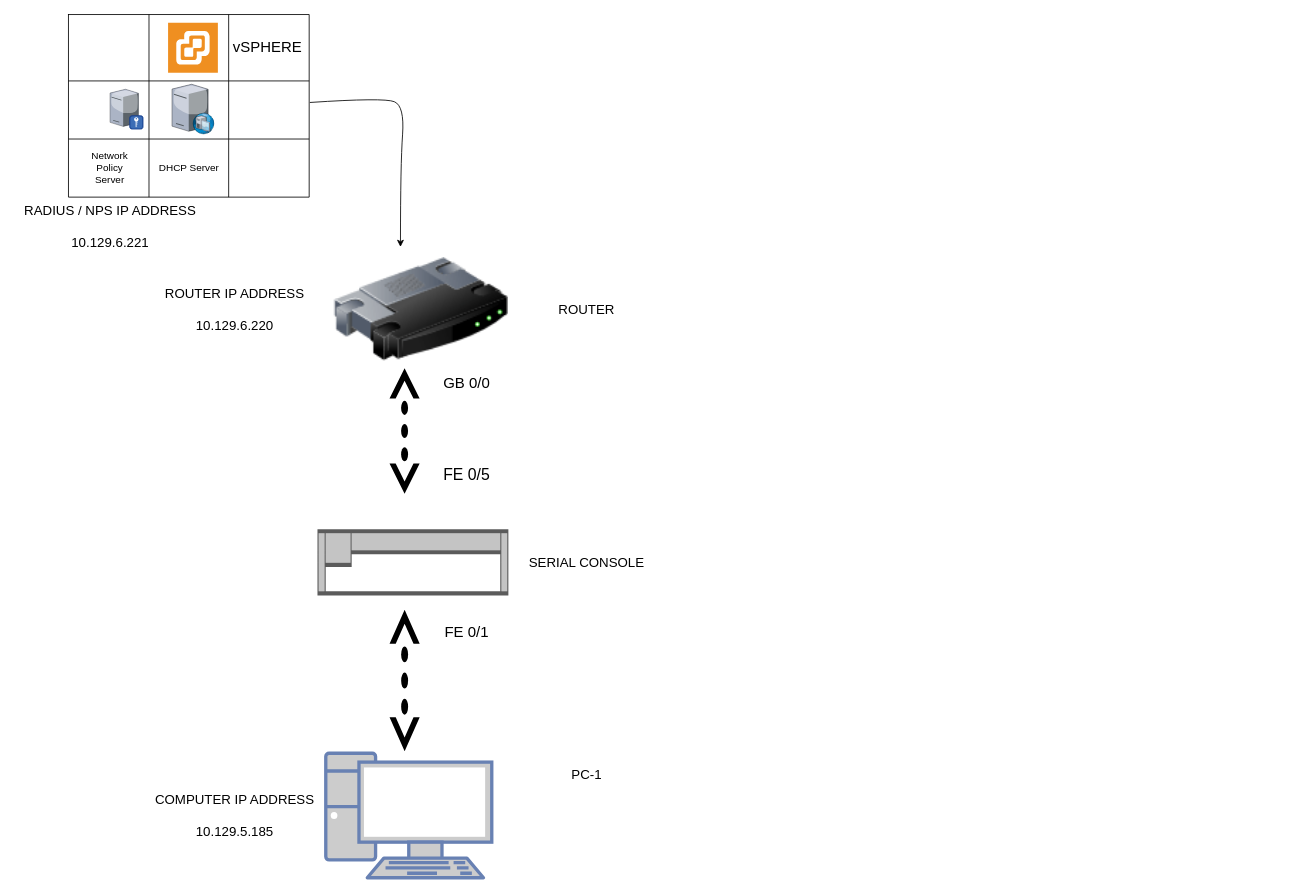
ethanconbolt01/main keeps this draw.io diagram as Documenting Enterprise Network.drawio. Above is the earlier version. Source tidied: cells renumbered, new cells numbered last; positions are measured from the earlier drawing's top-left corner, leaving out a move shared by most shapes. Both pictures are drawn from the tidied source at 83%, with x=0, y=0 at pixel (14, 14).
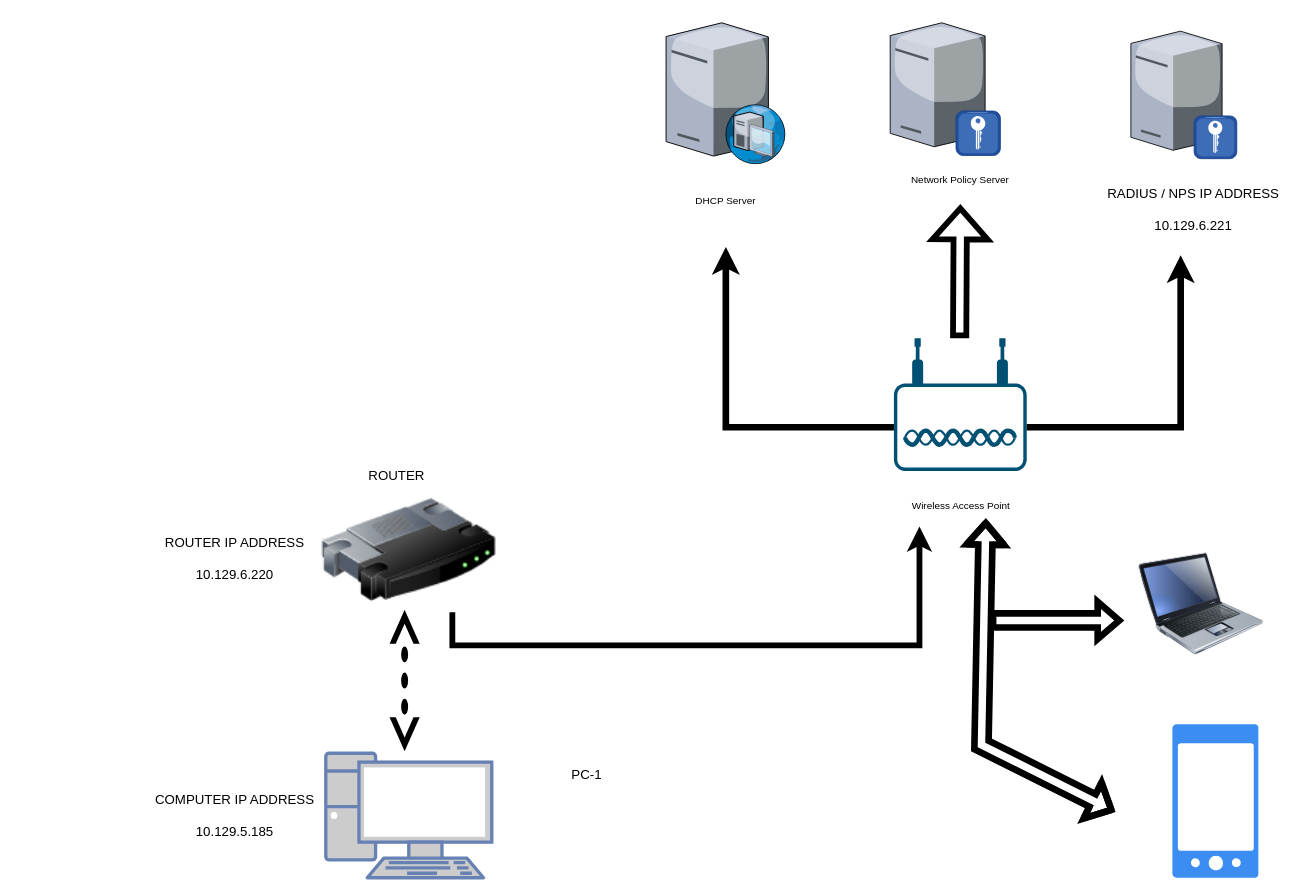
The same page after the edit.

The edit, as a diff of the source:
```diff
@@
     <mxCell id="2" style="image;html=1;image=img/lib/clip_art/networking/Router_128x128.png;" parent="1" vertex="1">
-      <mxGeometry x="385" y="280" width="210" height="150" as="geometry" />
+      <mxGeometry x="370" y="570" width="210" height="150" as="geometry" />
     </mxCell>
@@
-    <mxCell id="5" style="shape=mxgraph.signs.tech.ethernet;html=1;fillColor=#000000;strokeColor=none;verticalLabelPosition=bottom;verticalAlign=top;align=center;rotation=90;" parent="1" vertex="1">
-      <mxGeometry x="394.4" y="483.7" width="151.1" height="36.3" as="geometry" />
-    </mxCell>
-    <mxCell id="6" value="&lt;font style=&quot;font-size: 18px;&quot;&gt;FE 0/1&lt;/font&gt;" style="text;html=1;align=center;verticalAlign=middle;whiteSpace=wrap;rounded=0;" parent="1" vertex="1">
-      <mxGeometry x="515" y="730" width="60" height="30" as="geometry" />
-    </mxCell>
-    <mxCell id="7" value="&lt;font style=&quot;font-size: 18px;&quot;&gt;GB 0/0&lt;/font&gt;" style="text;html=1;align=center;verticalAlign=middle;whiteSpace=wrap;rounded=0;" parent="1" vertex="1">
-      <mxGeometry x="495" y="410" width="100" height="70" as="geometry" />
-    </mxCell>
-    <mxCell id="8" value="&lt;font style=&quot;font-size: 19px;&quot;&gt;FE 0/5&lt;br&gt;&lt;/font&gt;" style="text;html=1;align=center;verticalAlign=middle;whiteSpace=wrap;rounded=0;" parent="1" vertex="1">
-      <mxGeometry x="515" y="540" width="60" height="30" as="geometry" />
-    </mxCell>
     <mxCell id="9" style="verticalLabelPosition=bottom;sketch=0;html=1;verticalAlign=top;strokeColor=none;align=center;shape=mxgraph.citrix.radius_server;" parent="1" vertex="1">
-      <mxGeometry x="115" y="90" width="39.8" height="48" as="geometry" />
+      <mxGeometry x="1345" y="20" width="127.6" height="153.8" as="geometry" />
     </mxCell>
-    <mxCell id="10" style="shadow=0;dashed=0;html=1;strokeColor=none;fillColor=#EF8F21;labelPosition=center;verticalLabelPosition=bottom;verticalAlign=top;align=center;shape=mxgraph.veeam.vsphere;" parent="1" vertex="1">
-      <mxGeometry x="185" y="10" width="60" height="60" as="geometry" />
-    </mxCell>
-    <mxCell id="11" style="shape=table;startSize=0;childLayout=tableLayout;fontSize=16;fillColor=none;" parent="1" vertex="1">
-      <mxGeometry x="65" width="290" height="220" as="geometry" />
-    </mxCell>
-    <mxCell id="12" style="shape=tableRow;horizontal=0;startSize=0;swimlaneHead=0;swimlaneBody=0;strokeColor=inherit;top=0;left=0;bottom=0;right=0;fillColor=none;fontSize=16;" parent="11" vertex="1">
-      <mxGeometry width="290" height="80" as="geometry" />
-    </mxCell>
-    <mxCell id="13" style="shape=partialRectangle;html=1;whiteSpace=wrap;strokeColor=inherit;overflow=hidden;fillColor=none;top=0;left=0;bottom=0;right=0;fontSize=16;" parent="12" vertex="1">
-      <mxGeometry width="97" height="80" as="geometry" />
-    </mxCell>
-    <mxCell id="14" style="shape=partialRectangle;html=1;whiteSpace=wrap;strokeColor=inherit;overflow=hidden;fillColor=none;top=0;left=0;bottom=0;right=0;fontSize=16;" parent="12" vertex="1">
-      <mxGeometry x="97" width="96" height="80" as="geometry" />
-    </mxCell>
-    <mxCell id="15" style="shape=partialRectangle;html=1;whiteSpace=wrap;strokeColor=inherit;overflow=hidden;fillColor=none;top=0;left=0;bottom=0;right=0;fontSize=16;" parent="12" vertex="1">
-      <mxGeometry x="193" width="97" height="80" as="geometry" />
-    </mxCell>
-    <mxCell id="16" style="shape=tableRow;horizontal=0;startSize=0;swimlaneHead=0;swimlaneBody=0;strokeColor=inherit;top=0;left=0;bottom=0;right=0;fillColor=none;points=[[0,0.5],[1,0.5]];portConstraint=eastwest;fontSize=16;" parent="11" vertex="1">
-      <mxGeometry y="80" width="290" height="70" as="geometry" />
-    </mxCell>
-    <mxCell id="17" style="shape=partialRectangle;html=1;whiteSpace=wrap;strokeColor=inherit;overflow=hidden;fillColor=none;top=0;left=0;bottom=0;right=0;fontSize=16;" parent="16" vertex="1">
-      <mxGeometry width="97" height="70" as="geometry" />
-    </mxCell>
-    <mxCell id="18" style="shape=partialRectangle;html=1;whiteSpace=wrap;strokeColor=inherit;overflow=hidden;fillColor=none;top=0;left=0;bottom=0;right=0;fontSize=16;" parent="16" vertex="1">
-      <mxGeometry x="97" width="96" height="70" as="geometry" />
-    </mxCell>
-    <mxCell id="19" style="shape=partialRectangle;html=1;whiteSpace=wrap;strokeColor=inherit;overflow=hidden;fillColor=none;top=0;left=0;bottom=0;right=0;fontSize=16;" parent="16" vertex="1">
-      <mxGeometry x="193" width="97" height="70" as="geometry" />
-    </mxCell>
-    <mxCell id="20" style="shape=tableRow;horizontal=0;startSize=0;swimlaneHead=0;swimlaneBody=0;strokeColor=inherit;top=0;left=0;bottom=0;right=0;fillColor=none;fontSize=16;" parent="11" vertex="1">
-      <mxGeometry y="150" width="290" height="70" as="geometry" />
-    </mxCell>
-    <mxCell id="21" style="shape=partialRectangle;html=1;whiteSpace=wrap;strokeColor=inherit;overflow=hidden;fillColor=none;top=0;left=0;bottom=0;right=0;fontSize=16;" parent="20" vertex="1">
-      <mxGeometry width="97" height="70" as="geometry" />
-    </mxCell>
-    <mxCell id="22" style="shape=partialRectangle;html=1;whiteSpace=wrap;strokeColor=inherit;overflow=hidden;fillColor=none;top=0;left=0;bottom=0;right=0;fontSize=16;" parent="20" vertex="1">
-      <mxGeometry x="97" width="96" height="70" as="geometry" />
-    </mxCell>
-    <mxCell id="23" style="shape=partialRectangle;html=1;whiteSpace=wrap;strokeColor=inherit;overflow=hidden;fillColor=none;top=0;left=0;bottom=0;right=0;fontSize=16;" parent="20" vertex="1">
-      <mxGeometry x="193" width="97" height="70" as="geometry" />
-    </mxCell>
-    <mxCell id="24" style="verticalLabelPosition=bottom;sketch=0;html=1;verticalAlign=top;strokeColor=none;align=center;shape=mxgraph.citrix.dhcp_server;" parent="1" vertex="1">
-      <mxGeometry x="189.7" y="84" width="50.7" height="60" as="geometry" />
-    </mxCell>
-    <mxCell id="25" style="curved=1;endArrow=classic;html=1;rounded=0;exitX=1.003;exitY=0.371;exitDx=0;exitDy=0;exitPerimeter=0;" parent="1" edge="1" source="16">
-      <mxGeometry relative="1" as="geometry">
-        <mxPoint x="465" y="280" as="targetPoint" />
-        <Array as="points">
-          <mxPoint x="445" y="100" />
-          <mxPoint x="470" y="110" />
-          <mxPoint x="465" y="180" />
-        </Array>
-      </mxGeometry>
-    </mxCell>
-    <mxCell id="26" value="&lt;font style=&quot;font-size: 18px;&quot;&gt;vSPHERE&lt;/font&gt;" style="text;html=1;align=center;verticalAlign=middle;whiteSpace=wrap;rounded=0;" parent="1" vertex="1">
-      <mxGeometry x="255" y="30" width="100" height="20" as="geometry" />
-    </mxCell>
     <mxCell id="27" value="Network Policy Server" style="text;html=1;align=center;verticalAlign=middle;whiteSpace=wrap;rounded=0;" parent="1" vertex="1">
-      <mxGeometry x="85" y="155" width="60" height="60" as="geometry" />
+      <mxGeometry x="1055" y="170" width="169.1" height="60" as="geometry" />
     </mxCell>
     <mxCell id="28" value="DHCP Server" style="text;html=1;align=center;verticalAlign=middle;whiteSpace=wrap;rounded=0;" parent="1" vertex="1">
-      <mxGeometry x="168.5" y="180" width="83" height="10" as="geometry" />
+      <mxGeometry x="791.8" y="190" width="130" height="70" as="geometry" />
     </mxCell>
@@
     <mxCell id="30" value="ROUTER IP ADDRESS&lt;br&gt;&lt;br&gt;10.129.6.220" style="text;html=1;align=center;verticalAlign=middle;strokeColor=none;fillColor=none;fontSize=16;" parent="1" vertex="1">
-      <mxGeometry x="170" y="320" width="190" height="70" as="geometry" />
+      <mxGeometry x="170" y="620" width="190" height="70" as="geometry" />
     </mxCell>
     <mxCell id="31" value="&lt;div&gt;&lt;span style=&quot;background-color: initial;&quot;&gt;RADIUS / NPS IP ADDRESS&lt;/span&gt;&lt;br&gt;&lt;/div&gt;&lt;br&gt;10.129.6.221" style="text;html=1;align=center;verticalAlign=middle;strokeColor=none;fillColor=none;fontSize=16;" parent="1" vertex="1">
-      <mxGeometry y="220" width="230" height="70" as="geometry" />
+      <mxGeometry x="1305" y="200" width="230" height="70" as="geometry" />
     </mxCell>
-    <mxCell id="32" style="shape=mxgraph.rack.cisco.cisco_1905_serial_integrated_services_router;html=1;labelPosition=right;align=left;spacingLeft=15;dashed=0;shadow=0;fillColor=#ffffff;" parent="1" vertex="1">
-      <mxGeometry x="365" y="620" width="230" height="80" as="geometry" />
-    </mxCell>
-    <mxCell id="33" value="SERIAL CONSOLE" style="text;html=1;align=center;verticalAlign=middle;strokeColor=none;fillColor=none;fontSize=16;" parent="1" vertex="1">
-      <mxGeometry x="609" y="645" width="160" height="30" as="geometry" />
-    </mxCell>
@@
     <mxCell id="35" value="ROUTER" style="text;html=1;align=center;verticalAlign=middle;strokeColor=none;fillColor=none;fontSize=16;" parent="1" vertex="1">
-      <mxGeometry x="644" y="340" width="90" height="30" as="geometry" />
+      <mxGeometry x="415" y="540" width="90" height="30" as="geometry" />
     </mxCell>
+    <mxCell id="36" style="verticalLabelPosition=bottom;sketch=0;html=1;verticalAlign=top;strokeColor=none;align=center;shape=mxgraph.citrix.radius_server;" parent="1" vertex="1">
+      <mxGeometry x="1055" y="10" width="132.8" height="160" as="geometry" />
+    </mxCell>
+    <mxCell id="37" style="image;html=1;image=img/lib/clip_art/computers/Laptop_128x128.png;strokeWidth=8;" parent="1" vertex="1">
+      <mxGeometry x="1355" y="640" width="150" height="140" as="geometry" />
+    </mxCell>
+    <mxCell id="38" style="sketch=0;html=1;strokeColor=none;shadow=0;fillColor=#3B8DF1;verticalAlign=top;labelPosition=center;verticalLabelPosition=bottom;shape=mxgraph.gcp2.phone_android;strokeWidth=8;" parent="1" vertex="1">
+      <mxGeometry x="1395" y="855" width="103.6" height="185" as="geometry" />
+    </mxCell>
+    <mxCell id="39" style="verticalLabelPosition=bottom;sketch=0;html=1;verticalAlign=top;strokeColor=none;align=center;shape=mxgraph.citrix.dhcp_server;" parent="1" vertex="1">
+      <mxGeometry x="785" y="10" width="143.6" height="170" as="geometry" />
+    </mxCell>
+    <mxCell id="40" style="points=[[0.03,0.36,0],[0.18,0,0],[0.5,0.34,0],[0.82,0,0],[0.97,0.36,0],[1,0.67,0],[0.975,0.975,0],[0.5,1,0],[0.025,0.975,0],[0,0.67,0]];verticalLabelPosition=bottom;sketch=0;html=1;verticalAlign=top;align=center;shape=mxgraph.cisco19.wireless_access_point;fillColor=#005073;strokeColor=none;strokeWidth=8;" parent="1" vertex="1">
+      <mxGeometry x="1059.5" y="390" width="160" height="160" as="geometry" />
+    </mxCell>
+    <mxCell id="41" value="&lt;div&gt;Wireless Access Point&lt;/div&gt;" style="text;html=1;align=center;verticalAlign=middle;points=[];strokeColor=none;fillColor=none;strokeWidth=8;" parent="1" vertex="1">
+      <mxGeometry x="1064.5" y="576.8" width="150" height="30" as="geometry" />
+    </mxCell>
+    <mxCell id="42" style="shape=flexArrow;endArrow=classic;startArrow=classic;html=1;rounded=0;startWidth=23.333333333333336;startSize=5.733333333333333;entryX=0.705;entryY=1.061;entryDx=0;entryDy=0;entryPerimeter=0;strokeWidth=8;" parent="1" edge="1" target="41">
+      <mxGeometry relative="1" as="geometry">
+        <mxPoint x="1325" y="960" as="sourcePoint" />
+        <Array as="points">
+          <mxPoint x="1165" y="880" />
+        </Array>
+      </mxGeometry>
+    </mxCell>
+    <mxCell id="43" style="shape=flexArrow;endArrow=classic;html=1;rounded=0;strokeWidth=8;" parent="1" edge="1">
+      <mxGeometry relative="1" as="geometry">
+        <mxPoint x="1175" y="730" as="sourcePoint" />
+        <mxPoint x="1335" y="730" as="targetPoint" />
+      </mxGeometry>
+    </mxCell>
+    <mxCell id="44" style="edgeStyle=segmentEdgeStyle;endArrow=classic;html=1;curved=0;rounded=0;endSize=8;startSize=8;strokeWidth=8;exitX=1;exitY=0.67;exitDx=0;exitDy=0;exitPerimeter=0;" parent="1" edge="1" source="40">
+      <mxGeometry relative="1" as="geometry">
+        <mxPoint x="1405" y="290" as="targetPoint" />
+      </mxGeometry>
+    </mxCell>
+    <mxCell id="45" style="edgeStyle=segmentEdgeStyle;endArrow=classic;html=1;curved=0;rounded=0;endSize=8;startSize=8;strokeWidth=8;exitX=0;exitY=0.67;exitDx=0;exitDy=0;exitPerimeter=0;" parent="1" edge="1" source="40">
+      <mxGeometry relative="1" as="geometry">
+        <mxPoint x="857" y="280" as="targetPoint" />
+      </mxGeometry>
+    </mxCell>
+    <mxCell id="46" style="edgeStyle=elbowEdgeStyle;elbow=vertical;endArrow=classic;html=1;curved=0;rounded=0;endSize=8;startSize=8;entryX=0.172;entryY=1.339;entryDx=0;entryDy=0;entryPerimeter=0;strokeWidth=7;exitX=0.75;exitY=1;exitDx=0;exitDy=0;" parent="1" edge="1" source="2" target="41">
+      <mxGeometry relative="1" as="geometry">
+        <Array as="points">
+          <mxPoint x="815" y="760" />
+        </Array>
+      </mxGeometry>
+    </mxCell>
+    <mxCell id="47" style="shape=flexArrow;endArrow=classic;html=1;rounded=0;endWidth=43.333333333333336;endSize=10.116666666666667;strokeWidth=7;entryX=0.5;entryY=1;entryDx=0;entryDy=0;" parent="1" edge="1" target="27">
+      <mxGeometry relative="1" as="geometry">
+        <mxPoint x="1138.7" y="390" as="sourcePoint" />
+      </mxGeometry>
+    </mxCell>
```
